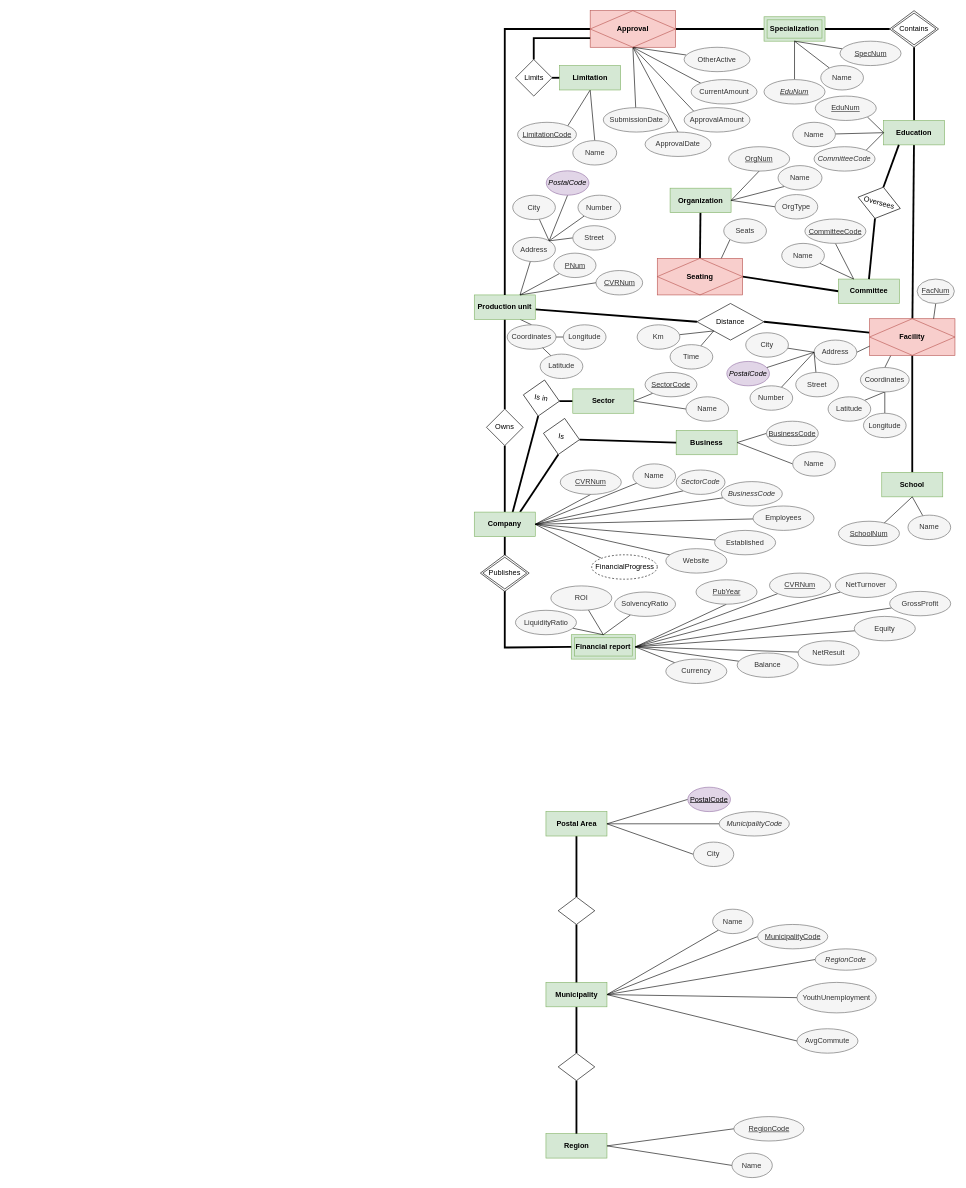
hogedalboe/practical-training-market keeps this draw.io diagram as ER Diagram/ER Diagram (draw.io).drawio. Above is the earlier version. Source tidied: cells renumbered, new cells numbered last; positions are measured from the earlier drawing's top-left corner, leaving out a move shared by most shapes. Both pictures are drawn from the tidied source at 61%, with x=0, y=0 at pixel (474, 10).
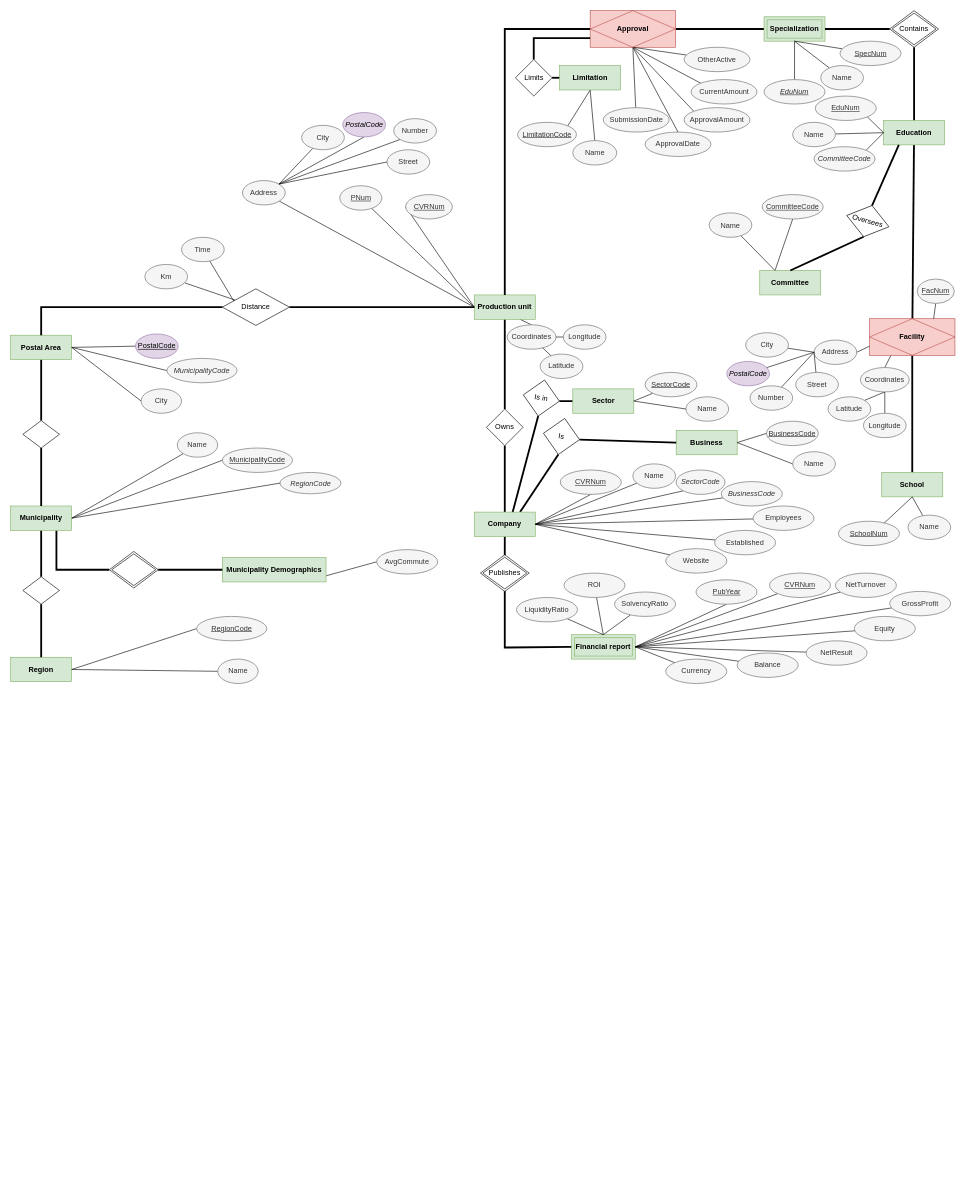
The same page after the edit.

The change refers to these unchanged cells:
```xml
<mxCell id="7" value="Company" style="whiteSpace=wrap;html=1;align=center;fillColor=#d5e8d4;strokeColor=#82b366;fontStyle=1;" parent="1" vertex="1">
  <mxGeometry y="822" width="100" height="40" as="geometry" />
</mxCell>
<mxCell id="11" value="Production unit" style="whiteSpace=wrap;html=1;align=center;fillColor=#d5e8d4;strokeColor=#82b366;fontStyle=1;" parent="1" vertex="1">
  <mxGeometry y="466" width="100" height="40" as="geometry" />
</mxCell>
<mxCell id="32" value="Facility" style="shape=associativeEntity;whiteSpace=wrap;html=1;align=center;fillColor=#f8cecc;strokeColor=#b85450;fontStyle=1;" parent="1" vertex="1">
  <mxGeometry x="648" y="505" width="140" height="60" as="geometry" />
</mxCell>
```

Change to the diagram source:
```diff
@@
-    <mxCell id="9" style="edgeStyle=none;rounded=0;jettySize=auto;html=1;entryX=0;entryY=0.5;entryDx=0;entryDy=0;endArrow=none;endFill=0;strokeColor=#000000;strokeWidth=3;" parent="1" edge="1" source="11" target="68">
-      <mxGeometry relative="1" as="geometry" />
-    </mxCell>
@@
-    <mxCell id="30" style="edgeStyle=none;rounded=0;jettySize=auto;html=1;entryX=1;entryY=0.5;entryDx=0;entryDy=0;endArrow=none;endFill=0;strokeColor=#000000;strokeWidth=3;" parent="1" edge="1" source="32" target="68">
-      <mxGeometry relative="1" as="geometry" />
-    </mxCell>
@@
-    <mxCell id="51" style="edgeStyle=none;jettySize=auto;html=1;entryX=0.75;entryY=0;entryDx=0;entryDy=0;endArrow=none;endFill=0;strokeColor=#000000;" parent="1" edge="1" source="52" target="11">
+    <mxCell id="51" style="edgeStyle=none;jettySize=auto;html=1;entryX=0;entryY=0.5;entryDx=0;entryDy=0;endArrow=none;endFill=0;strokeColor=#000000;" parent="1" edge="1" source="52" target="11">
       <mxGeometry relative="1" as="geometry" />
     </mxCell>
     <mxCell id="52" value="PNum" style="ellipse;whiteSpace=wrap;html=1;align=center;fontStyle=4;fillColor=#f5f5f5;strokeColor=#666666;fontColor=#333333;" parent="1" vertex="1">
-      <mxGeometry x="130.5" y="397.5" width="69" height="40" as="geometry" />
+      <mxGeometry x="-220.5" y="287" width="69" height="40" as="geometry" />
     </mxCell>
@@
-    <mxCell id="58" style="edgeStyle=none;rounded=0;jettySize=auto;html=1;entryX=0.75;entryY=0;entryDx=0;entryDy=0;endArrow=none;endFill=0;strokeColor=#000000;" parent="1" edge="1" source="59" target="11">
+    <mxCell id="58" style="edgeStyle=none;rounded=0;jettySize=auto;html=1;entryX=0;entryY=0.5;entryDx=0;entryDy=0;endArrow=none;endFill=0;strokeColor=#000000;" parent="1" edge="1" source="59" target="11">
       <mxGeometry relative="1" as="geometry" />
     </mxCell>
     <mxCell id="59" value="Address" style="ellipse;whiteSpace=wrap;html=1;align=center;fontStyle=0;fillColor=#f5f5f5;strokeColor=#666666;fontColor=#333333;" parent="1" vertex="1">
-      <mxGeometry x="63" y="371.5" width="70" height="40" as="geometry" />
+      <mxGeometry x="-380" y="278.5" width="70" height="40" as="geometry" />
     </mxCell>
@@
     <mxCell id="61" value="Street" style="ellipse;whiteSpace=wrap;html=1;align=center;fontStyle=0;fillColor=#f5f5f5;strokeColor=#666666;fontColor=#333333;" parent="1" vertex="1">
-      <mxGeometry x="161.5" y="352.5" width="70" height="40" as="geometry" />
+      <mxGeometry x="-143" y="228" width="70" height="40" as="geometry" />
     </mxCell>
     <mxCell id="62" value="Number" style="ellipse;whiteSpace=wrap;html=1;align=center;fontStyle=0;fillColor=#f5f5f5;strokeColor=#666666;fontColor=#333333;" parent="1" vertex="1">
-      <mxGeometry x="170" y="302.5" width="70" height="40" as="geometry" />
+      <mxGeometry x="-132" y="177" width="70" height="40" as="geometry" />
     </mxCell>
     <mxCell id="63" value="&lt;i&gt;PostalCode&lt;/i&gt;" style="ellipse;whiteSpace=wrap;html=1;align=center;fontStyle=0;fillColor=#e1d5e7;strokeColor=#9673a6;" parent="1" vertex="1">
-      <mxGeometry x="118" y="262.5" width="70" height="40" as="geometry" />
+      <mxGeometry x="-215.5" y="167" width="70" height="40" as="geometry" />
     </mxCell>
@@
     <mxCell id="65" value="City" style="ellipse;whiteSpace=wrap;html=1;align=center;fontStyle=0;fillColor=#f5f5f5;strokeColor=#666666;fontColor=#333333;" parent="1" vertex="1">
-      <mxGeometry x="63" y="302.5" width="70" height="40" as="geometry" />
+      <mxGeometry x="-283" y="188" width="70" height="40" as="geometry" />
     </mxCell>
@@
-    <mxCell id="68" value="Distance" style="shape=rhombus;perimeter=rhombusPerimeter;whiteSpace=wrap;html=1;align=center;" parent="1" vertex="1">
-      <mxGeometry x="365" y="480" width="110" height="60" as="geometry" />
-    </mxCell>
-    <mxCell id="69" style="edgeStyle=none;rounded=0;jettySize=auto;html=1;entryX=0;entryY=1;entryDx=0;entryDy=0;endArrow=none;endFill=0;strokeColor=#000000;" parent="1" edge="1" source="70" target="68">
+    <mxCell id="69" style="edgeStyle=none;rounded=0;jettySize=auto;html=1;endArrow=none;endFill=0;strokeColor=#000000;" parent="1" edge="1" source="70" target="68">
       <mxGeometry relative="1" as="geometry" />
     </mxCell>
     <mxCell id="70" value="Km" style="ellipse;whiteSpace=wrap;html=1;align=center;fontStyle=0;fillColor=#f5f5f5;strokeColor=#666666;fontColor=#333333;" parent="1" vertex="1">
-      <mxGeometry x="267" y="515" width="70" height="40" as="geometry" />
+      <mxGeometry x="-540" y="416" width="70" height="40" as="geometry" />
     </mxCell>
-    <mxCell id="71" style="edgeStyle=none;rounded=0;jettySize=auto;html=1;entryX=0;entryY=1;entryDx=0;entryDy=0;endArrow=none;endFill=0;strokeColor=#000000;" parent="1" edge="1" source="72" target="68">
+    <mxCell id="71" style="edgeStyle=none;rounded=0;jettySize=auto;html=1;entryX=0.182;entryY=0.367;entryDx=0;entryDy=0;endArrow=none;endFill=0;strokeColor=#000000;entryPerimeter=0;" parent="1" edge="1" source="72" target="68">
       <mxGeometry relative="1" as="geometry" />
     </mxCell>
     <mxCell id="72" value="Time" style="ellipse;whiteSpace=wrap;html=1;align=center;fontStyle=0;fillColor=#f5f5f5;strokeColor=#666666;fontColor=#333333;" parent="1" vertex="1">
-      <mxGeometry x="321" y="547.5" width="70" height="40" as="geometry" />
+      <mxGeometry x="-479.9" y="371.5" width="70" height="40" as="geometry" />
     </mxCell>
@@
-    <mxCell id="77" style="edgeStyle=none;rounded=0;jettySize=auto;html=1;entryX=0;entryY=0.5;entryDx=0;entryDy=0;endArrow=none;endFill=0;strokeColor=#000000;strokeWidth=1;exitX=1;exitY=0.5;exitDx=0;exitDy=0;" parent="1" edge="1" source="80" target="104">
-      <mxGeometry relative="1" as="geometry" />
-    </mxCell>
-    <mxCell id="78" style="edgeStyle=none;rounded=0;jettySize=auto;html=1;entryX=0;entryY=0.5;entryDx=0;entryDy=0;endArrow=none;endFill=0;strokeColor=#000000;strokeWidth=1;exitX=1;exitY=0.5;exitDx=0;exitDy=0;" parent="1" edge="1" source="80" target="103">
-      <mxGeometry relative="1" as="geometry" />
-    </mxCell>
@@
+    <mxCell id="206" style="edgeStyle=orthogonalEdgeStyle;rounded=0;jettySize=auto;html=1;exitX=0.75;exitY=1;exitDx=0;exitDy=0;entryX=0;entryY=0.5;entryDx=0;entryDy=0;endArrow=none;endFill=0;strokeWidth=3;" parent="1" edge="1" source="80" target="211">
+      <mxGeometry relative="1" as="geometry" />
+    </mxCell>
     <mxCell id="80" value="Municipality" style="whiteSpace=wrap;html=1;align=center;fillColor=#d5e8d4;strokeColor=#82b366;fontStyle=1;" parent="1" vertex="1">
-      <mxGeometry x="117.5" y="1593" width="100" height="40" as="geometry" />
+      <mxGeometry x="-760" y="812" width="100" height="40" as="geometry" />
     </mxCell>
@@
     <mxCell id="82" value="Region" style="whiteSpace=wrap;html=1;align=center;fillColor=#d5e8d4;strokeColor=#82b366;fontStyle=1;" parent="1" vertex="1">
-      <mxGeometry x="117.5" y="1841" width="100" height="40" as="geometry" />
+      <mxGeometry x="-760" y="1060" width="100" height="40" as="geometry" />
     </mxCell>
@@
+    <mxCell id="207" style="edgeStyle=orthogonalEdgeStyle;rounded=0;jettySize=auto;html=1;exitX=1;exitY=0.5;exitDx=0;exitDy=0;entryX=0;entryY=0.5;entryDx=0;entryDy=0;endArrow=none;endFill=0;strokeColor=#000000;strokeWidth=3;" parent="1" edge="1" source="68" target="11">
+      <mxGeometry relative="1" as="geometry" />
+    </mxCell>
     <mxCell id="85" value="Postal Area" style="whiteSpace=wrap;html=1;align=center;fillColor=#d5e8d4;strokeColor=#82b366;fontStyle=1;" parent="1" vertex="1">
-      <mxGeometry x="117.5" y="1313" width="100" height="40" as="geometry" />
+      <mxGeometry x="-760" y="532" width="100" height="40" as="geometry" />
     </mxCell>
     <mxCell id="86" value="&lt;span&gt;PostalCode&lt;/span&gt;" style="ellipse;whiteSpace=wrap;html=1;align=center;fontStyle=4;fillColor=#e1d5e7;strokeColor=#9673a6;" parent="1" vertex="1">
-      <mxGeometry x="350" y="1273" width="70" height="40" as="geometry" />
+      <mxGeometry x="-555.4" y="530" width="70" height="40" as="geometry" />
     </mxCell>
@@
-    <mxCell id="88" style="edgeStyle=none;rounded=0;jettySize=auto;html=1;exitX=0;exitY=0.5;exitDx=0;exitDy=0;entryX=1;entryY=0.5;entryDx=0;entryDy=0;endArrow=none;endFill=0;strokeColor=#000000;strokeWidth=3;" parent="1" edge="1" source="89" target="152">
-      <mxGeometry relative="1" as="geometry" />
-    </mxCell>
     <mxCell id="89" value="Committee" style="whiteSpace=wrap;html=1;align=center;fillColor=#d5e8d4;strokeColor=#82b366;fontStyle=1;" parent="1" vertex="1">
-      <mxGeometry x="597" y="440" width="100" height="40" as="geometry" />
+      <mxGeometry x="468" y="426" width="100" height="40" as="geometry" />
     </mxCell>
@@
     <mxCell id="96" value="Oversees" style="shape=rhombus;perimeter=rhombusPerimeter;whiteSpace=wrap;html=1;align=center;rotation=15;" parent="1" vertex="1">
-      <mxGeometry x="628" y="288.5" width="71.6" height="53" as="geometry" />
+      <mxGeometry x="609.4" y="318.5" width="71.6" height="53" as="geometry" />
     </mxCell>
@@
+    <mxCell id="208" style="jettySize=auto;html=1;exitX=0;exitY=0.5;exitDx=0;exitDy=0;entryX=1;entryY=0.75;entryDx=0;entryDy=0;endArrow=none;endFill=0;strokeWidth=1;rounded=0;" parent="1" edge="1" source="103" target="209">
+      <mxGeometry relative="1" as="geometry" />
+    </mxCell>
     <mxCell id="103" value="AvgCommute" style="ellipse;whiteSpace=wrap;html=1;align=center;fontStyle=0;fillColor=#f5f5f5;strokeColor=#666666;fontColor=#333333;" parent="1" vertex="1">
-      <mxGeometry x="529" y="1669" width="100" height="40" as="geometry" />
+      <mxGeometry x="-160" y="883.5" width="100" height="40" as="geometry" />
     </mxCell>
-    <mxCell id="104" value="YouthUnemployment" style="ellipse;whiteSpace=wrap;html=1;align=center;fontStyle=0;fillColor=#f5f5f5;strokeColor=#666666;fontColor=#333333;" parent="1" vertex="1">
-      <mxGeometry x="529" y="1593" width="130" height="50" as="geometry" />
-    </mxCell>
@@
     <mxCell id="117" value="NetResult" style="ellipse;whiteSpace=wrap;html=1;align=center;fontStyle=0;fillColor=#f5f5f5;strokeColor=#666666;fontColor=#333333;" parent="1" vertex="1">
-      <mxGeometry x="531" y="1033" width="100" height="40" as="geometry" />
+      <mxGeometry x="544" y="1033" width="100" height="40" as="geometry" />
     </mxCell>
@@
     <mxCell id="121" value="LiquidityRatio" style="ellipse;whiteSpace=wrap;html=1;align=center;fontStyle=0;fillColor=#f5f5f5;strokeColor=#666666;fontColor=#333333;" parent="1" vertex="1">
-      <mxGeometry x="67.5" y="983" width="100" height="40" as="geometry" />
+      <mxGeometry x="69.2" y="962" width="100" height="40" as="geometry" />
     </mxCell>
@@
     <mxCell id="125" value="ROI" style="ellipse;whiteSpace=wrap;html=1;align=center;fontStyle=0;fillColor=#f5f5f5;strokeColor=#666666;fontColor=#333333;" parent="1" vertex="1">
-      <mxGeometry x="125.5" y="943" width="100" height="40" as="geometry" />
+      <mxGeometry x="147" y="922" width="100" height="40" as="geometry" />
     </mxCell>
@@
     <mxCell id="134" value="MunicipalityCode" style="ellipse;whiteSpace=wrap;html=1;align=center;fontStyle=4;fillColor=#f5f5f5;strokeColor=#666666;fontColor=#333333;" parent="1" vertex="1">
-      <mxGeometry x="464.5" y="1498" width="115" height="40" as="geometry" />
+      <mxGeometry x="-413" y="717" width="115" height="40" as="geometry" />
     </mxCell>
     <mxCell id="135" value="RegionCode" style="ellipse;whiteSpace=wrap;html=1;align=center;fontStyle=2;fillColor=#f5f5f5;strokeColor=#666666;fontColor=#333333;" parent="1" vertex="1">
-      <mxGeometry x="559" y="1538" width="100" height="35" as="geometry" />
+      <mxGeometry x="-318.5" y="757" width="100" height="35" as="geometry" />
     </mxCell>
     <mxCell id="136" value="RegionCode" style="ellipse;whiteSpace=wrap;html=1;align=center;fontStyle=4;fillColor=#f5f5f5;strokeColor=#666666;fontColor=#333333;" parent="1" vertex="1">
-      <mxGeometry x="425.5" y="1813" width="115" height="40" as="geometry" />
+      <mxGeometry x="-455.1" y="993" width="115" height="40" as="geometry" />
     </mxCell>
@@
     <mxCell id="138" style="shape=rhombus;perimeter=rhombusPerimeter;whiteSpace=wrap;html=1;align=center;" parent="1" vertex="1">
-      <mxGeometry x="137.5" y="1453" width="60" height="45" as="geometry" />
+      <mxGeometry x="-740" y="672" width="60" height="45" as="geometry" />
     </mxCell>
@@
     <mxCell id="140" style="shape=rhombus;perimeter=rhombusPerimeter;whiteSpace=wrap;html=1;align=center;" parent="1" vertex="1">
-      <mxGeometry x="137.5" y="1709" width="60" height="45" as="geometry" />
+      <mxGeometry x="-740" y="928" width="60" height="45" as="geometry" />
     </mxCell>
     <mxCell id="141" value="CommitteeCode" style="ellipse;whiteSpace=wrap;html=1;align=center;fontStyle=4;fillColor=#f5f5f5;strokeColor=#666666;fontColor=#333333;" parent="1" vertex="1">
-      <mxGeometry x="542" y="341.5" width="100" height="40" as="geometry" />
+      <mxGeometry x="472" y="301.5" width="100" height="40" as="geometry" />
     </mxCell>
@@
     <mxCell id="143" value="Name" style="ellipse;whiteSpace=wrap;html=1;align=center;fontStyle=0;fillColor=#f5f5f5;strokeColor=#666666;fontColor=#333333;" parent="1" vertex="1">
-      <mxGeometry x="504" y="381.5" width="70" height="40" as="geometry" />
+      <mxGeometry x="385" y="331.5" width="70" height="40" as="geometry" />
     </mxCell>
-    <mxCell id="144" style="edgeStyle=none;rounded=0;jettySize=auto;html=1;entryX=0.5;entryY=0;entryDx=0;entryDy=0;endArrow=none;endFill=0;strokeColor=#000000;strokeWidth=3;" parent="1" edge="1" source="145" target="152">
-      <mxGeometry relative="1" as="geometry" />
-    </mxCell>
-    <mxCell id="145" value="Organization" style="whiteSpace=wrap;html=1;align=center;fillColor=#d5e8d4;strokeColor=#82b366;fontStyle=1;" parent="1" vertex="1">
-      <mxGeometry x="321" y="291" width="100" height="40" as="geometry" />
-    </mxCell>
-    <mxCell id="146" style="edgeStyle=none;rounded=0;jettySize=auto;html=1;exitX=0.5;exitY=1;exitDx=0;exitDy=0;entryX=1;entryY=0.5;entryDx=0;entryDy=0;endArrow=none;endFill=0;strokeColor=#000000;strokeWidth=1;" parent="1" edge="1" source="147" target="145">
-      <mxGeometry relative="1" as="geometry" />
-    </mxCell>
-    <mxCell id="147" value="OrgNum" style="ellipse;whiteSpace=wrap;html=1;align=center;fontStyle=4;fillColor=#f5f5f5;strokeColor=#666666;fontColor=#333333;" parent="1" vertex="1">
-      <mxGeometry x="417" y="223" width="100" height="40" as="geometry" />
-    </mxCell>
-    <mxCell id="148" style="edgeStyle=none;rounded=0;jettySize=auto;html=1;exitX=0;exitY=1;exitDx=0;exitDy=0;entryX=1;entryY=0.5;entryDx=0;entryDy=0;endArrow=none;endFill=0;strokeColor=#000000;strokeWidth=1;" parent="1" edge="1" source="149" target="145">
-      <mxGeometry relative="1" as="geometry" />
-    </mxCell>
-    <mxCell id="149" value="Name" style="ellipse;whiteSpace=wrap;html=1;align=center;fontStyle=0;fillColor=#f5f5f5;strokeColor=#666666;fontColor=#333333;" parent="1" vertex="1">
-      <mxGeometry x="498" y="254" width="72" height="40" as="geometry" />
-    </mxCell>
-    <mxCell id="150" style="edgeStyle=none;rounded=0;jettySize=auto;html=1;exitX=0;exitY=0.5;exitDx=0;exitDy=0;entryX=1;entryY=0.5;entryDx=0;entryDy=0;endArrow=none;endFill=0;strokeColor=#000000;strokeWidth=1;" parent="1" edge="1" source="151" target="145">
-      <mxGeometry relative="1" as="geometry" />
-    </mxCell>
-    <mxCell id="151" value="OrgType" style="ellipse;whiteSpace=wrap;html=1;align=center;fontStyle=0;fillColor=#f5f5f5;strokeColor=#666666;fontColor=#333333;" parent="1" vertex="1">
-      <mxGeometry x="493.1" y="301.5" width="70" height="40" as="geometry" />
-    </mxCell>
-    <mxCell id="152" value="Seating" style="shape=associativeEntity;whiteSpace=wrap;html=1;align=center;fillColor=#f8cecc;strokeColor=#b85450;fontStyle=1;" parent="1" vertex="1">
-      <mxGeometry x="300" y="406" width="140" height="60" as="geometry" />
-    </mxCell>
@@
-    <mxCell id="167" style="edgeStyle=none;rounded=0;jettySize=auto;html=1;exitX=0;exitY=1;exitDx=0;exitDy=0;entryX=0.75;entryY=0;entryDx=0;entryDy=0;endArrow=none;endFill=0;" parent="1" edge="1" source="168" target="152">
-      <mxGeometry relative="1" as="geometry" />
-    </mxCell>
-    <mxCell id="168" value="Seats" style="ellipse;whiteSpace=wrap;html=1;align=center;fontStyle=0;fillColor=#f5f5f5;strokeColor=#666666;fontColor=#333333;" parent="1" vertex="1">
-      <mxGeometry x="409" y="341" width="70" height="40" as="geometry" />
-    </mxCell>
@@
-    <mxCell id="171" style="edgeStyle=none;rounded=0;jettySize=auto;html=1;exitX=0;exitY=0.5;exitDx=0;exitDy=0;entryX=0.75;entryY=0;entryDx=0;entryDy=0;endArrow=none;endFill=0;strokeWidth=1;fontSize=11;" parent="1" edge="1" source="172" target="11">
+    <mxCell id="171" style="edgeStyle=none;rounded=0;jettySize=auto;html=1;exitX=0;exitY=0.5;exitDx=0;exitDy=0;entryX=0;entryY=0.5;entryDx=0;entryDy=0;endArrow=none;endFill=0;strokeWidth=1;fontSize=11;" parent="1" edge="1" source="172" target="11">
       <mxGeometry relative="1" as="geometry" />
     </mxCell>
     <mxCell id="172" value="CVRNum" style="ellipse;whiteSpace=wrap;html=1;align=center;fontStyle=4;fillColor=#f5f5f5;strokeColor=#666666;fontColor=#333333;" parent="1" vertex="1">
-      <mxGeometry x="199.5" y="426" width="76.5" height="40" as="geometry" />
+      <mxGeometry x="-112.5" y="301.5" width="76.5" height="40" as="geometry" />
     </mxCell>
@@
     <mxCell id="189" value="MunicipalityCode" style="ellipse;whiteSpace=wrap;html=1;align=center;fontStyle=2;fillColor=#f5f5f5;strokeColor=#666666;fontColor=#333333;" parent="1" vertex="1">
-      <mxGeometry x="401.5" y="1313" width="115" height="40" as="geometry" />
+      <mxGeometry x="-503.9" y="570" width="115" height="40" as="geometry" />
     </mxCell>
@@
     <mxCell id="191" value="City" style="ellipse;whiteSpace=wrap;html=1;align=center;fontStyle=0;fillColor=#f5f5f5;strokeColor=#666666;fontColor=#333333;" parent="1" vertex="1">
-      <mxGeometry x="359.2" y="1363" width="66.2" height="40" as="geometry" />
+      <mxGeometry x="-546.1" y="620" width="66.2" height="40" as="geometry" />
     </mxCell>
@@
     <mxCell id="193" value="Name" style="ellipse;whiteSpace=wrap;html=1;align=center;fontStyle=0;fillColor=#f5f5f5;strokeColor=#666666;fontColor=#333333;" parent="1" vertex="1">
-      <mxGeometry x="390.8" y="1473" width="66.2" height="40" as="geometry" />
+      <mxGeometry x="-486.8" y="692" width="66.2" height="40" as="geometry" />
     </mxCell>
@@
     <mxCell id="195" value="Name" style="ellipse;whiteSpace=wrap;html=1;align=center;fontStyle=0;fillColor=#f5f5f5;strokeColor=#666666;fontColor=#333333;" parent="1" vertex="1">
-      <mxGeometry x="422.4" y="1873" width="66.2" height="40" as="geometry" />
+      <mxGeometry x="-420.5" y="1063" width="66.2" height="40" as="geometry" />
     </mxCell>
-    <mxCell id="196" style="rounded=0;jettySize=auto;html=1;exitX=0;exitY=0;exitDx=0;exitDy=0;entryX=1;entryY=0.5;entryDx=0;entryDy=0;endArrow=none;endFill=0;" parent="1" edge="1" source="197" target="7">
-      <mxGeometry relative="1" as="geometry" />
-    </mxCell>
-    <mxCell id="197" value="FinancialProgress" style="ellipse;whiteSpace=wrap;html=1;align=center;dashed=1;" parent="1" vertex="1">
-      <mxGeometry x="192.5" y="892" width="107.5" height="40" as="geometry" />
-    </mxCell>
@@
+    <mxCell id="209" value="Municipality Demographics" style="whiteSpace=wrap;html=1;align=center;fillColor=#d5e8d4;strokeColor=#82b366;fontStyle=1;" parent="1" vertex="1">
+      <mxGeometry x="-413" y="896.5" width="170" height="40" as="geometry" />
+    </mxCell>
+    <mxCell id="210" style="edgeStyle=orthogonalEdgeStyle;rounded=0;jettySize=auto;html=1;entryX=0;entryY=0.5;entryDx=0;entryDy=0;endArrow=none;endFill=0;strokeWidth=3;" parent="1" edge="1" source="211" target="209">
+      <mxGeometry relative="1" as="geometry" />
+    </mxCell>
+    <mxCell id="211" style="shape=rhombus;double=1;perimeter=rhombusPerimeter;whiteSpace=wrap;html=1;align=center;" parent="1" vertex="1">
+      <mxGeometry x="-598.2" y="886.5" width="80" height="60" as="geometry" />
+    </mxCell>
+    <mxCell id="68" value="Distance" style="shape=rhombus;perimeter=rhombusPerimeter;whiteSpace=wrap;html=1;align=center;" parent="1" vertex="1">
+      <mxGeometry x="-413" y="456" width="110" height="60" as="geometry" />
+    </mxCell>
+    <mxCell id="212" style="edgeStyle=orthogonalEdgeStyle;rounded=0;jettySize=auto;html=1;exitX=0.5;exitY=0;exitDx=0;exitDy=0;entryX=0;entryY=0.5;entryDx=0;entryDy=0;endArrow=none;endFill=0;strokeColor=#000000;strokeWidth=3;" parent="1" edge="1" source="85" target="68">
+      <mxGeometry relative="1" as="geometry" />
+    </mxCell>
```
